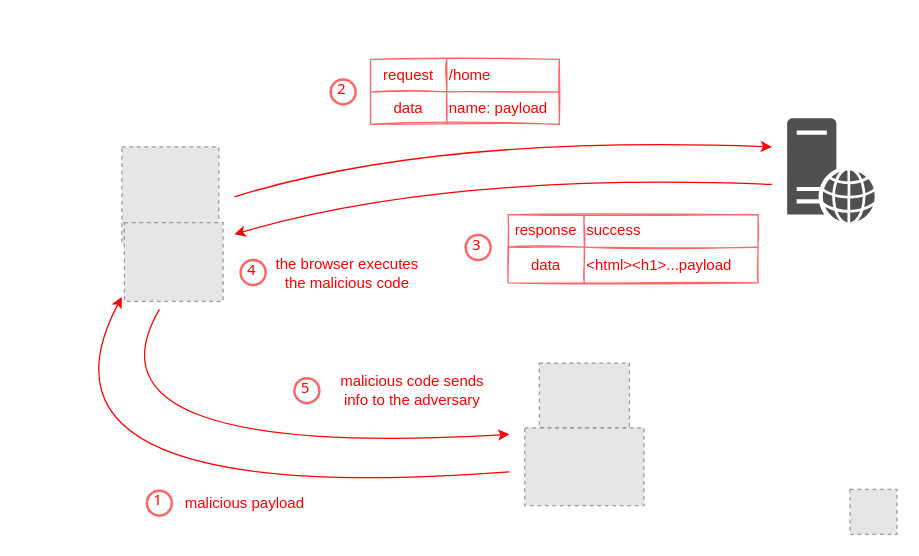
Before: content/reflected-cross-site-scripting.drawio in qeeqbox/reflected-cross-site-scripting, a draw.io diagram. Source tidied: cells renumbered, new cells numbered last; positions are measured from the earlier drawing's top-left corner, leaving out a move shared by most shapes. Both pictures are drawn from the tidied source at 125%, with x=0, y=0 at pixel (9, 21). Pictures stored in the file or linked from it are replaced by grey dashed boxes.
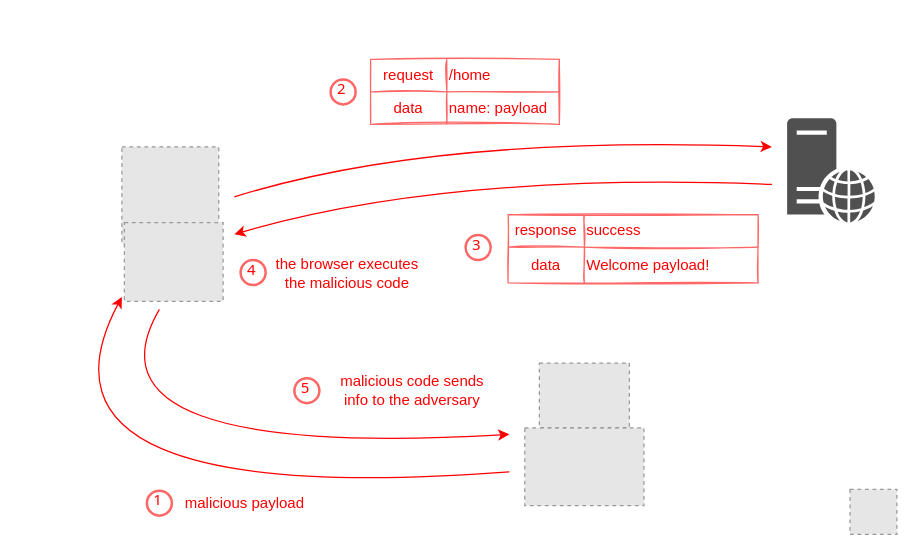
After the change.

Unchanged cells that the change refers to:
```xml
<mxCell id="34" style="shape=tableRow;horizontal=0;startSize=0;swimlaneHead=0;swimlaneBody=0;top=0;left=0;bottom=0;right=0;fillColor=none;fontColor=#FF0000;" parent="30" vertex="1">
  <mxGeometry y="26" width="200" height="29" as="geometry" />
</mxCell>
```

Diff of the diagram source:
```diff
@@
-    <mxCell id="36" value="&lt;div style=&quot;text-align: left;&quot;&gt;&lt;span style=&quot;text-align: center; background-color: transparent; color: light-dark(rgb(255, 0, 0), rgb(255, 144, 144));&quot;&gt;&amp;lt;html&amp;gt;&amp;lt;h1&amp;gt;...payload&lt;/span&gt;&lt;/div&gt;" style="shape=partialRectangle;html=1;whiteSpace=wrap;fillColor=none;top=0;left=0;bottom=0;right=0;overflow=hidden;align=left;fontColor=#FF0000;" parent="34" vertex="1">
+    <mxCell id="36" value="&lt;div style=&quot;text-align: left;&quot;&gt;&lt;span style=&quot;text-align: center; background-color: transparent; color: light-dark(rgb(255, 0, 0), rgb(255, 144, 144));&quot;&gt;Welcome payload!&lt;/span&gt;&lt;/div&gt;" style="shape=partialRectangle;html=1;whiteSpace=wrap;fillColor=none;top=0;left=0;bottom=0;right=0;overflow=hidden;align=left;fontColor=#FF0000;" parent="34" vertex="1">
       <mxGeometry x="61" width="139" height="29" as="geometry" />
     </mxCell>
```
